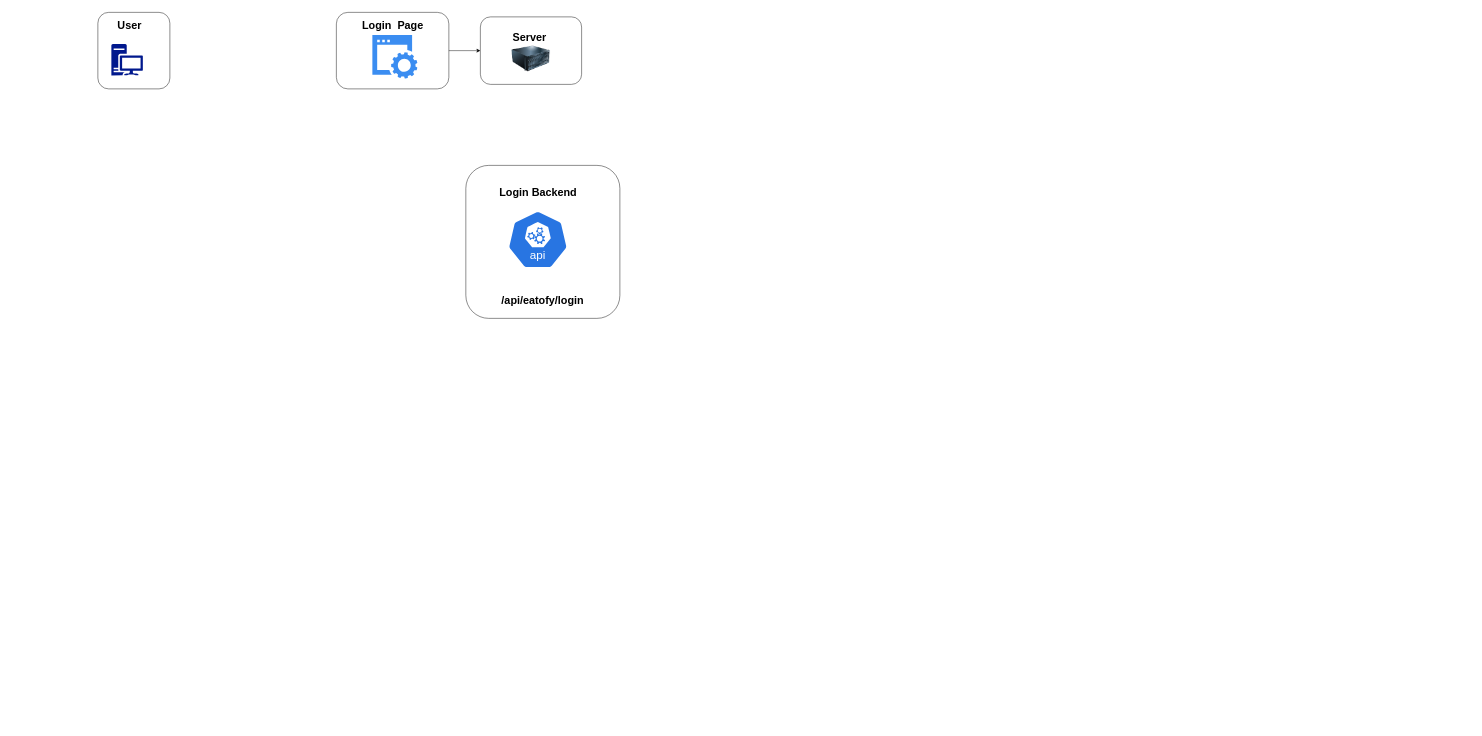
This is eatofy.drawio from appnichetechnologies/Eatofy-System-Design, a draw.io file, before an edit. Source tidied: cells renumbered, new cells numbered last; positions are measured from the earlier drawing's top-left corner, leaving out a move shared by most shapes. Both pictures are drawn from the tidied source at 45%, with x=0, y=0 at pixel (98, 12).
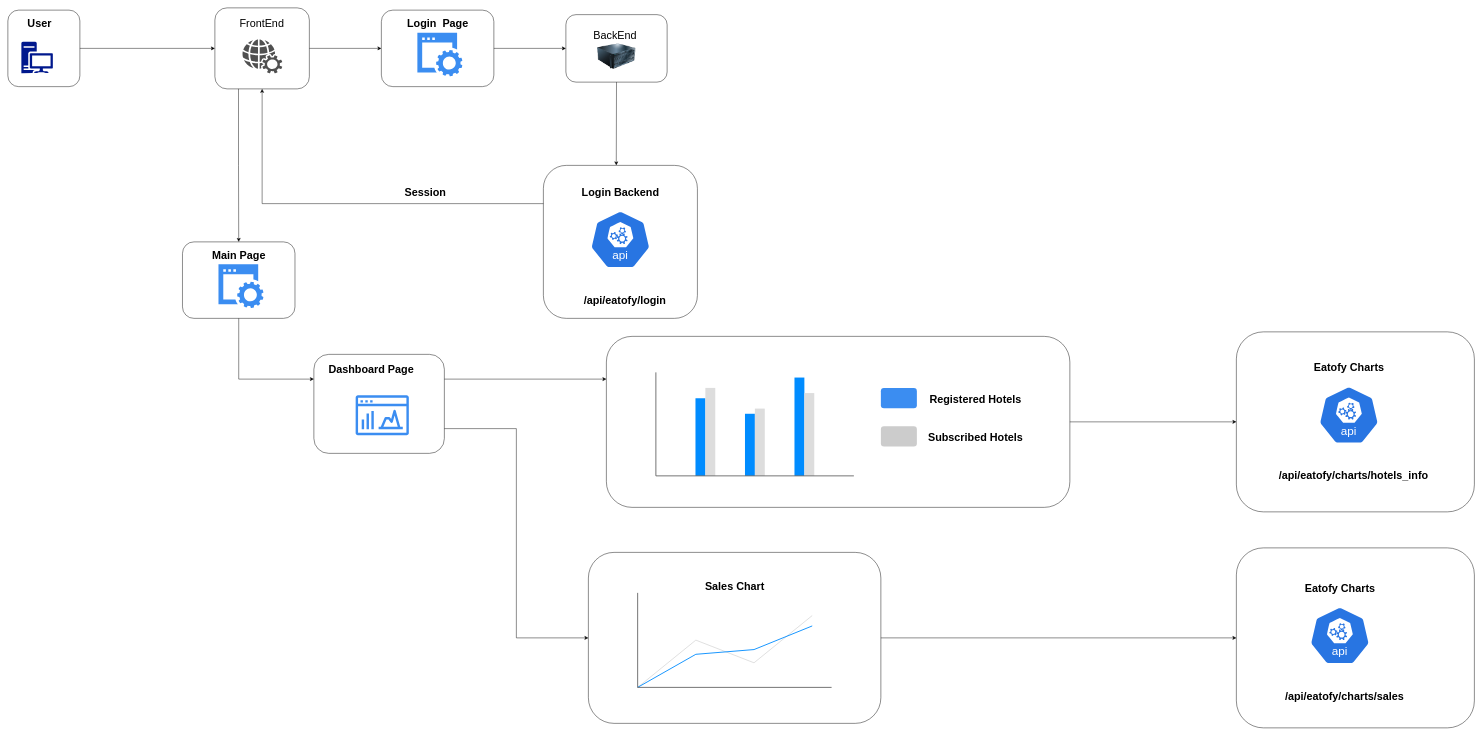
The same page after the edit.

Commit message:
Phase 1(Dashboard) Completed

Unchanged cells that the change refers to:
```xml
<mxCell id="3" style="rounded=1;whiteSpace=wrap;html=1;fillColor=none;" parent="2" vertex="1">
  <mxGeometry width="160" height="170" as="geometry" />
</mxCell>
<mxCell id="7" style="rounded=1;whiteSpace=wrap;html=1;fillColor=none;" parent="6" vertex="1">
  <mxGeometry width="250" height="170" as="geometry" />
</mxCell>
<mxCell id="12" style="rounded=1;whiteSpace=wrap;html=1;fillColor=none;" parent="10" vertex="1">
  <mxGeometry width="225" height="150" as="geometry" />
</mxCell>
```

Change to the diagram source:
```diff
@@
     <mxCell id="2" style="group;" parent="1" vertex="1">
-      <mxGeometry width="160" height="170" as="geometry" />
+      <mxGeometry x="-200" y="-5" width="160" height="170" as="geometry" />
     </mxCell>
@@
     <mxCell id="6" style="group;" parent="1" vertex="1">
-      <mxGeometry x="530" width="250" height="170" as="geometry" />
+      <mxGeometry x="630" y="-5" width="250" height="170" as="geometry" />
     </mxCell>
@@
     <mxCell id="10" style="group;" parent="1" vertex="1">
-      <mxGeometry x="850" y="10" width="225" height="150" as="geometry" />
+      <mxGeometry x="1040" y="5" width="225" height="150" as="geometry" />
     </mxCell>
@@
+    <mxCell id="19" style="edgeStyle=orthogonalEdgeStyle;rounded=0;jettySize=auto;html=1;exitX=0.5;exitY=1;exitDx=0;exitDy=0;" parent="10" edge="1" source="12">
+      <mxGeometry relative="1" as="geometry">
+        <mxPoint x="112" y="335" as="targetPoint" />
+      </mxGeometry>
+    </mxCell>
@@
-    <mxCell id="13" value="&lt;font style=&quot;font-size: 24px;&quot;&gt;&lt;b&gt;Server&lt;/b&gt;&lt;br&gt;&lt;/font&gt;" style="text;html=1;align=center;verticalAlign=middle;strokeColor=none;fillColor=none;" parent="10" vertex="1">
-      <mxGeometry x="58.5" y="26.5" width="100" height="40" as="geometry" />
+    <mxCell id="13" value="&lt;font style=&quot;font-size: 24px;&quot;&gt;BackEnd&lt;br&gt;&lt;/font&gt;" style="text;html=1;align=center;verticalAlign=middle;strokeColor=none;fillColor=none;" parent="10" vertex="1">
+      <mxGeometry x="48.5" y="26.5" width="120" height="40" as="geometry" />
     </mxCell>
@@
+    <mxCell id="20" style="group;" parent="1" vertex="1">
+      <mxGeometry x="990" y="340" width="342.3" height="340" as="geometry" />
+    </mxCell>
-    <mxCell id="15" style="sketch=0;html=1;dashed=0;whitespace=wrap;verticalLabelPosition=bottom;verticalAlign=top;fillColor=#2875E2;strokeColor=#ffffff;shape=mxgraph.kubernetes.icon2;kubernetesLabel=1;prIcon=api;" parent="1" vertex="1">
-      <mxGeometry x="910" y="440" width="135.4" height="130" as="geometry" />
+    <mxCell id="15" style="sketch=0;html=1;dashed=0;whitespace=wrap;verticalLabelPosition=bottom;verticalAlign=top;fillColor=#2875E2;strokeColor=#ffffff;shape=mxgraph.kubernetes.icon2;kubernetesLabel=1;prIcon=api;" parent="20" vertex="1">
+      <mxGeometry x="103.4" y="100" width="135.4" height="130" as="geometry" />
     </mxCell>
-    <mxCell id="16" value="&lt;b&gt;&lt;font style=&quot;font-size: 24px;&quot;&gt;Login Backend&lt;/font&gt;&lt;br&gt;&lt;/b&gt;" style="text;html=1;align=center;verticalAlign=middle;strokeColor=none;fillColor=none;" parent="1" vertex="1">
-      <mxGeometry x="877.7" y="380" width="200" height="40" as="geometry" />
+    <mxCell id="16" value="&lt;b&gt;&lt;font style=&quot;font-size: 24px;&quot;&gt;Login Backend&lt;/font&gt;&lt;br&gt;&lt;/b&gt;" style="text;html=1;align=center;verticalAlign=middle;strokeColor=none;fillColor=none;" parent="20" vertex="1">
+      <mxGeometry x="71.1" y="40" width="200" height="40" as="geometry" />
     </mxCell>
-    <mxCell id="17" style="rounded=1;whiteSpace=wrap;html=1;fillColor=none;" parent="1" vertex="1">
-      <mxGeometry x="817.7" y="340" width="342.3" height="340" as="geometry" />
+    <mxCell id="17" style="rounded=1;whiteSpace=wrap;html=1;fillColor=none;" parent="20" vertex="1">
+      <mxGeometry width="342.3" height="340" as="geometry" />
     </mxCell>
-    <mxCell id="18" value="&lt;font style=&quot;font-size: 24px;&quot;&gt;&lt;b&gt;&lt;font&gt;/api/eatofy/login&lt;br&gt;&lt;/font&gt;&lt;/b&gt;&lt;/font&gt;" style="text;html=1;align=center;verticalAlign=middle;strokeColor=none;fillColor=none;" parent="1" vertex="1">
-      <mxGeometry x="877.7" y="620" width="220" height="40" as="geometry" />
+    <mxCell id="18" value="&lt;font style=&quot;font-size: 24px;&quot;&gt;&lt;b&gt;&lt;font&gt;/api/eatofy/login&lt;br&gt;&lt;/font&gt;&lt;/b&gt;&lt;/font&gt;" style="text;html=1;align=center;verticalAlign=middle;strokeColor=none;fillColor=none;" parent="20" vertex="1">
+      <mxGeometry x="71.1" y="280" width="220" height="40" as="geometry" />
     </mxCell>
+    <mxCell id="21" style="edgeStyle=orthogonalEdgeStyle;rounded=0;jettySize=auto;html=1;exitX=1;exitY=0.5;exitDx=0;exitDy=0;" parent="1" edge="1" source="23" target="7">
+      <mxGeometry relative="1" as="geometry" />
+    </mxCell>
+    <mxCell id="22" style="edgeStyle=orthogonalEdgeStyle;rounded=0;jettySize=auto;html=1;exitX=0.25;exitY=1;exitDx=0;exitDy=0;entryX=0.5;entryY=0;entryDx=0;entryDy=0;" parent="1" edge="1" source="23" target="31">
+      <mxGeometry relative="1" as="geometry" />
+    </mxCell>
+    <mxCell id="23" style="rounded=1;whiteSpace=wrap;html=1;fillColor=none;" parent="1" vertex="1">
+      <mxGeometry x="260" y="-10" width="210" height="180" as="geometry" />
+    </mxCell>
+    <mxCell id="24" style="group;" parent="1" vertex="1">
+      <mxGeometry x="260" y="1" width="189" height="70" as="geometry" />
+    </mxCell>
+    <mxCell id="25" value="&lt;font style=&quot;font-size: 24px;&quot;&gt;FrontEnd&lt;br&gt;&lt;/font&gt;" style="text;html=1;align=center;verticalAlign=middle;strokeColor=none;fillColor=none;" parent="24" vertex="1">
+      <mxGeometry x="38.6" y="2.8" width="130" height="40" as="geometry" />
+    </mxCell>
+    <mxCell id="26" style="sketch=0;shadow=0;dashed=0;html=1;strokeColor=none;fillColor=#505050;labelPosition=center;verticalLabelPosition=bottom;verticalAlign=top;align=center;shape=mxgraph.office.concepts.web_services;" parent="1" vertex="1">
+      <mxGeometry x="321" y="60" width="88.8" height="75.5" as="geometry" />
+    </mxCell>
+    <mxCell id="27" style="edgeStyle=orthogonalEdgeStyle;rounded=0;jettySize=auto;html=1;exitX=1;exitY=0.5;exitDx=0;exitDy=0;" parent="1" edge="1" source="3" target="23">
+      <mxGeometry relative="1" as="geometry" />
+    </mxCell>
+    <mxCell id="28" style="edgeStyle=orthogonalEdgeStyle;rounded=0;jettySize=auto;html=1;exitX=0;exitY=0.25;exitDx=0;exitDy=0;entryX=0.5;entryY=1;entryDx=0;entryDy=0;" parent="1" edge="1" source="17" target="23">
+      <mxGeometry relative="1" as="geometry" />
+    </mxCell>
+    <mxCell id="29" value="&lt;h1 style=&quot;margin-top: 0px;&quot;&gt;Session&lt;/h1&gt;" style="text;html=1;whiteSpace=wrap;overflow=hidden;rounded=0;" parent="1" vertex="1">
+      <mxGeometry x="680" y="380" width="105" height="60" as="geometry" />
+    </mxCell>
+    <mxCell id="30" style="group;" parent="1" vertex="1">
+      <mxGeometry x="188" y="510" width="250" height="170" as="geometry" />
+    </mxCell>
+    <mxCell id="31" style="rounded=1;whiteSpace=wrap;html=1;fillColor=none;" parent="30" vertex="1">
+      <mxGeometry width="250" height="170" as="geometry" />
+    </mxCell>
+    <mxCell id="32" style="sketch=0;html=1;strokeColor=none;shadow=0;fillColor=#3B8DF1;verticalAlign=top;labelPosition=center;verticalLabelPosition=bottom;shape=mxgraph.gcp2.website;" parent="30" vertex="1">
+      <mxGeometry x="80" y="50" width="100" height="97" as="geometry" />
+    </mxCell>
+    <mxCell id="33" value="&lt;font style=&quot;font-size: 24px;&quot;&gt;&lt;b&gt;Main Page&lt;/b&gt;&lt;br&gt;&lt;/font&gt;" style="text;html=1;align=center;verticalAlign=middle;strokeColor=none;fillColor=none;" parent="30" vertex="1">
+      <mxGeometry x="50" y="10" width="150" height="40" as="geometry" />
+    </mxCell>
+    <mxCell id="34" style="group;" parent="1" vertex="1">
+      <mxGeometry x="480" y="760" width="290" height="220" as="geometry" />
+    </mxCell>
+    <mxCell id="35" style="rounded=1;whiteSpace=wrap;html=1;fillColor=none;" parent="34" vertex="1">
+      <mxGeometry width="290" height="220" as="geometry" />
+    </mxCell>
+    <mxCell id="36" value="&lt;font style=&quot;font-size: 24px;&quot;&gt;&lt;b&gt;Dashboard Page&lt;/b&gt;&lt;br&gt;&lt;/font&gt;" style="text;html=1;align=center;verticalAlign=middle;strokeColor=none;fillColor=none;" parent="34" vertex="1">
+      <mxGeometry x="17.4" y="12.9" width="220" height="40" as="geometry" />
+    </mxCell>
+    <mxCell id="37" style="sketch=0;fontColor=#232F3E;gradientColor=none;fillColor=#3B8DF1;strokeColor=none;dashed=0;verticalLabelPosition=bottom;verticalAlign=top;align=center;html=1;fontSize=12;fontStyle=0;shape=mxgraph.aws4.opensearch_dashboards;" parent="34" vertex="1">
+      <mxGeometry x="92.8" y="90.6" width="118.2" height="89.4" as="geometry" />
+    </mxCell>
+    <mxCell id="38" style="edgeStyle=orthogonalEdgeStyle;rounded=0;jettySize=auto;html=1;exitX=0.5;exitY=1;exitDx=0;exitDy=0;entryX=0;entryY=0.25;entryDx=0;entryDy=0;" parent="1" edge="1" source="31" target="35">
+      <mxGeometry relative="1" as="geometry" />
+    </mxCell>
+    <mxCell id="39" style="group;" parent="1" vertex="1">
+      <mxGeometry x="1130" y="720" width="1030" height="380" as="geometry" />
+    </mxCell>
+    <mxCell id="40" style="verticalLabelPosition=bottom;shadow=0;dashed=0;align=center;html=1;verticalAlign=top;strokeWidth=1;shape=mxgraph.mockup.graphics.columnChart;strokeColor2=none;strokeColor3=#666666;fillColor2=#008cff;fillColor3=#dddddd;fillColor=none;strokeColor=none;" parent="39" vertex="1">
+      <mxGeometry x="110" y="80" width="440" height="230" as="geometry" />
+    </mxCell>
+    <mxCell id="41" value="Registered Hotels" style="text;strokeColor=none;fillColor=none;html=1;fontSize=24;fontStyle=1;verticalAlign=middle;align=center;" parent="39" vertex="1">
+      <mxGeometry x="700" y="115" width="240" height="50" as="geometry" />
+    </mxCell>
+    <mxCell id="42" style="rounded=1;whiteSpace=wrap;html=1;fillColor=#3B8DF1;strokeColor=none;" parent="39" vertex="1">
+      <mxGeometry x="610" y="115" width="80" height="45" as="geometry" />
+    </mxCell>
+    <mxCell id="43" style="rounded=1;whiteSpace=wrap;html=1;fillColor=#CCCCCC;strokeColor=none;" parent="39" vertex="1">
+      <mxGeometry x="610" y="200" width="80" height="45" as="geometry" />
+    </mxCell>
+    <mxCell id="44" value="Subscribed Hotels" style="text;strokeColor=none;fillColor=none;html=1;fontSize=24;fontStyle=1;verticalAlign=middle;align=center;" parent="39" vertex="1">
+      <mxGeometry x="700" y="200" width="240" height="50" as="geometry" />
+    </mxCell>
+    <mxCell id="45" style="rounded=1;whiteSpace=wrap;html=1;fillColor=none;" parent="39" vertex="1">
+      <mxGeometry width="1030" height="380" as="geometry" />
+    </mxCell>
+    <mxCell id="46" style="group;" parent="1" vertex="1">
+      <mxGeometry x="1090" y="1200" width="650" height="380" as="geometry" />
+    </mxCell>
+    <mxCell id="47" style="verticalLabelPosition=bottom;shadow=0;dashed=0;align=center;html=1;verticalAlign=top;strokeWidth=1;shape=mxgraph.mockup.graphics.lineChart;strokeColor2=#666666;strokeColor3=#008cff;strokeColor4=#dddddd;fillColor=none;strokeColor=none;gradientColor=none;fillStyle=auto;" parent="46" vertex="1">
+      <mxGeometry x="109.5" y="90" width="431" height="210" as="geometry" />
+    </mxCell>
+    <mxCell id="48" value="Sales Chart" style="text;strokeColor=none;fillColor=none;html=1;fontSize=24;fontStyle=1;verticalAlign=middle;align=center;" parent="46" vertex="1">
+      <mxGeometry x="205" y="50" width="240" height="50" as="geometry" />
+    </mxCell>
+    <mxCell id="49" style="rounded=1;whiteSpace=wrap;html=1;fillColor=none;" parent="46" vertex="1">
+      <mxGeometry width="650" height="380" as="geometry" />
+    </mxCell>
+    <mxCell id="50" style="edgeStyle=orthogonalEdgeStyle;rounded=0;jettySize=auto;html=1;exitX=1;exitY=0.25;exitDx=0;exitDy=0;entryX=0;entryY=0.25;entryDx=0;entryDy=0;" parent="1" edge="1" source="35" target="45">
+      <mxGeometry relative="1" as="geometry" />
+    </mxCell>
+    <mxCell id="51" style="edgeStyle=orthogonalEdgeStyle;rounded=0;jettySize=auto;html=1;exitX=1;exitY=0.75;exitDx=0;exitDy=0;entryX=0;entryY=0.5;entryDx=0;entryDy=0;" parent="1" edge="1" source="35" target="49">
+      <mxGeometry relative="1" as="geometry" />
+    </mxCell>
+    <mxCell id="52" style="group;" parent="1" vertex="1">
+      <mxGeometry x="2530" y="710" width="528.9" height="400" as="geometry" />
+    </mxCell>
+    <mxCell id="53" style="sketch=0;html=1;dashed=0;whitespace=wrap;verticalLabelPosition=bottom;verticalAlign=top;fillColor=#2875E2;strokeColor=#ffffff;shape=mxgraph.kubernetes.icon2;kubernetesLabel=1;prIcon=api;" parent="52" vertex="1">
+      <mxGeometry x="182.3" y="120" width="135.4" height="130" as="geometry" />
+    </mxCell>
+    <mxCell id="54" style="rounded=1;whiteSpace=wrap;html=1;fillColor=none;" parent="52" vertex="1">
+      <mxGeometry width="528.9" height="400" as="geometry" />
+    </mxCell>
+    <mxCell id="55" value="&lt;b&gt;&lt;font style=&quot;font-size: 24px;&quot;&gt;Eatofy Charts&lt;/font&gt;&lt;br&gt;&lt;/b&gt;" style="text;html=1;align=center;verticalAlign=middle;strokeColor=none;fillColor=none;" parent="52" vertex="1">
+      <mxGeometry x="155" y="60" width="190" height="40" as="geometry" />
+    </mxCell>
+    <mxCell id="56" value="&lt;font style=&quot;font-size: 24px;&quot;&gt;&lt;b&gt;&lt;font&gt;/api/eatofy/charts/hotels_info&lt;br&gt;&lt;/font&gt;&lt;/b&gt;&lt;/font&gt;" style="text;html=1;align=center;verticalAlign=middle;strokeColor=none;fillColor=none;" parent="52" vertex="1">
+      <mxGeometry x="70" y="300" width="380" height="40" as="geometry" />
+    </mxCell>
+    <mxCell id="57" style="edgeStyle=orthogonalEdgeStyle;rounded=0;jettySize=auto;html=1;exitX=1;exitY=0.5;exitDx=0;exitDy=0;" parent="1" edge="1" source="45" target="54">
+      <mxGeometry relative="1" as="geometry" />
+    </mxCell>
+    <mxCell id="58" style="sketch=0;html=1;dashed=0;whitespace=wrap;verticalLabelPosition=bottom;verticalAlign=top;fillColor=#2875E2;strokeColor=#ffffff;shape=mxgraph.kubernetes.icon2;kubernetesLabel=1;prIcon=api;" parent="1" vertex="1">
+      <mxGeometry x="2692.3" y="1320" width="135.4" height="130" as="geometry" />
+    </mxCell>
+    <mxCell id="59" style="rounded=1;whiteSpace=wrap;html=1;fillColor=none;" parent="1" vertex="1">
+      <mxGeometry x="2530" y="1190" width="528.9" height="400" as="geometry" />
+    </mxCell>
+    <mxCell id="60" value="&lt;b&gt;&lt;font style=&quot;font-size: 24px;&quot;&gt;Eatofy Charts&lt;/font&gt;&lt;br&gt;&lt;/b&gt;" style="text;html=1;align=center;verticalAlign=middle;strokeColor=none;fillColor=none;" parent="1" vertex="1">
+      <mxGeometry x="2665" y="1260" width="190" height="40" as="geometry" />
+    </mxCell>
+    <mxCell id="61" value="&lt;font style=&quot;font-size: 24px;&quot;&gt;&lt;b&gt;&lt;font&gt;/api/eatofy/charts/sales&lt;/font&gt;&lt;/b&gt;&lt;/font&gt;" style="text;html=1;align=center;verticalAlign=middle;strokeColor=none;fillColor=none;" parent="1" vertex="1">
+      <mxGeometry x="2620" y="1500" width="300" height="40" as="geometry" />
+    </mxCell>
+    <mxCell id="62" style="edgeStyle=orthogonalEdgeStyle;rounded=0;jettySize=auto;html=1;exitX=1;exitY=0.5;exitDx=0;exitDy=0;" parent="1" edge="1" source="49" target="59">
+      <mxGeometry relative="1" as="geometry" />
+    </mxCell>
```
